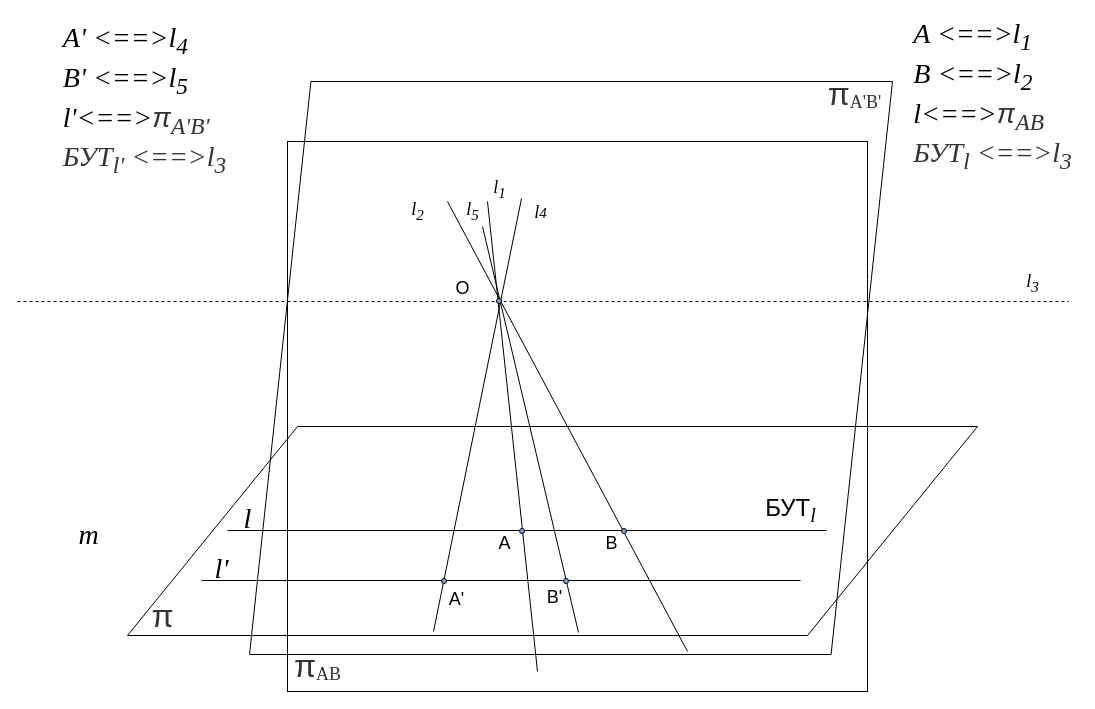
Earlier version of the draw.io diagram page "p07" (11 of 27) of slides/proj_plane.drawio (amcp-pit/geom_course). Source tidied: cells renumbered, new cells numbered last; positions are measured from the earlier drawing's top-left corner, leaving out a move shared by most shapes. Both pictures are drawn from the tidied source at 100%, with x=0, y=0 at pixel (17, 51).
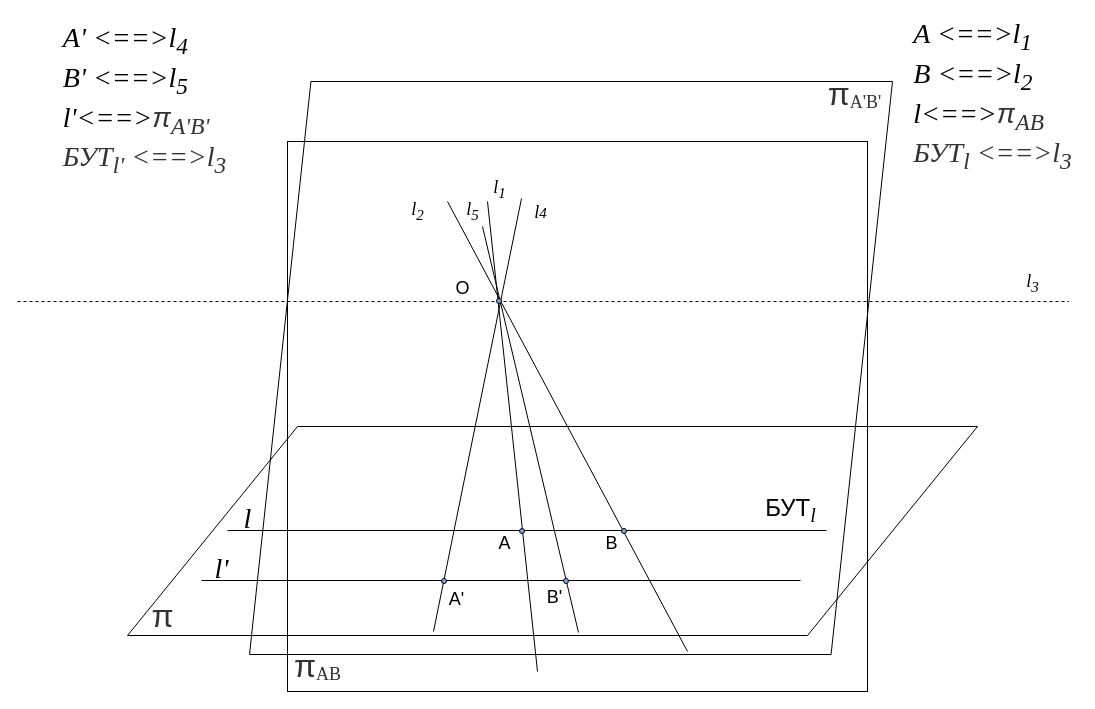
Above is the later version.

What changed in the source:
```diff
@@
-    <mxCell id="24" value="&lt;font face=&quot;Times New Roman&quot; size=&quot;1&quot;&gt;&lt;i style=&quot;font-size: 28px&quot;&gt;m&lt;/i&gt;&lt;/font&gt;" style="text;html=1;align=center;verticalAlign=middle;" parent="1" vertex="1">
-      <mxGeometry x="56" y="471" width="30" height="24" as="geometry" />
-    </mxCell>
```
